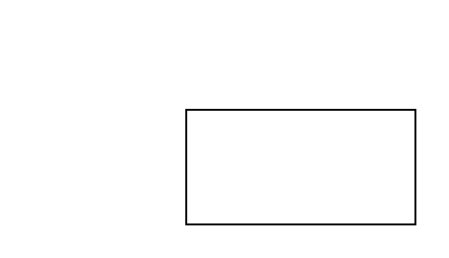
Above: 未命名绘图.drawio in lingpengzhou/diagrams.io (draw.io), before the change. Source tidied: cells renumbered, new cells numbered last; positions are measured from the earlier drawing's top-left corner, leaving out a move shared by most shapes. Both pictures are drawn from the tidied source at 191%, with x=0, y=0 at pixel (185, 109).
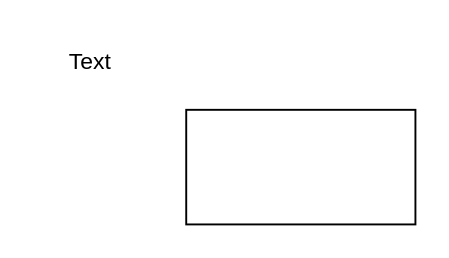
The same page after the edit.

Commit message (it also covers changes not shown here):
更新未命名绘图.drawio

Change to the diagram source:
```diff
@@
 <mxGraphModel>
   <root>
     <mxCell id="0" />
     <mxCell id="1" parent="0" />
     <mxCell id="2" style="rounded=0;whiteSpace=wrap;html=1;" parent="1" vertex="1">
       <mxGeometry width="120" height="60" as="geometry" />
     </mxCell>
+    <mxCell id="3" value="Text" style="text;html=1;align=center;verticalAlign=middle;whiteSpace=wrap;rounded=0;" parent="1" vertex="1">
+      <mxGeometry x="-80" y="-40" width="60" height="30" as="geometry" />
+    </mxCell>
   </root>
 </mxGraphModel>
```
